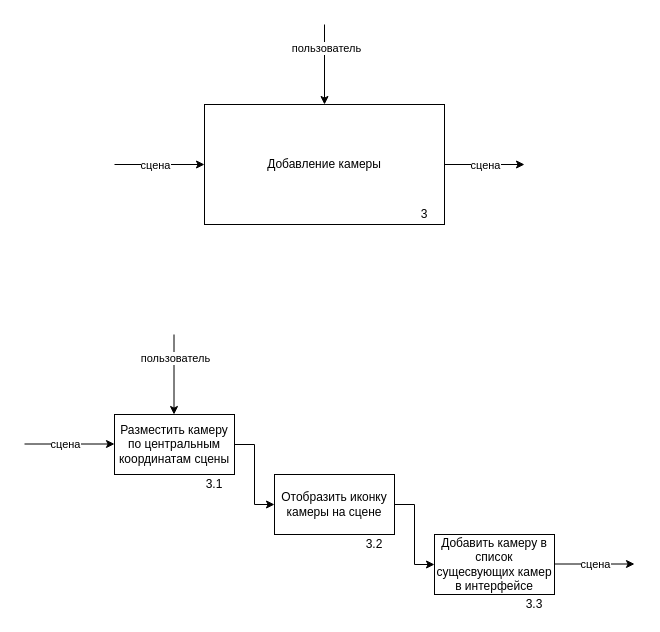
Before: page "3. Добавление камеры" (4 of 9) of idef0/idef0.drawio in c0sx/3d-model-viewer-design, a draw.io diagram. Source tidied: cells renumbered, new cells numbered last; positions are measured from the earlier drawing's top-left corner, leaving out a move shared by most shapes. Both pictures are drawn from the tidied source at 100%, with x=0, y=0 at pixel (24, 24).
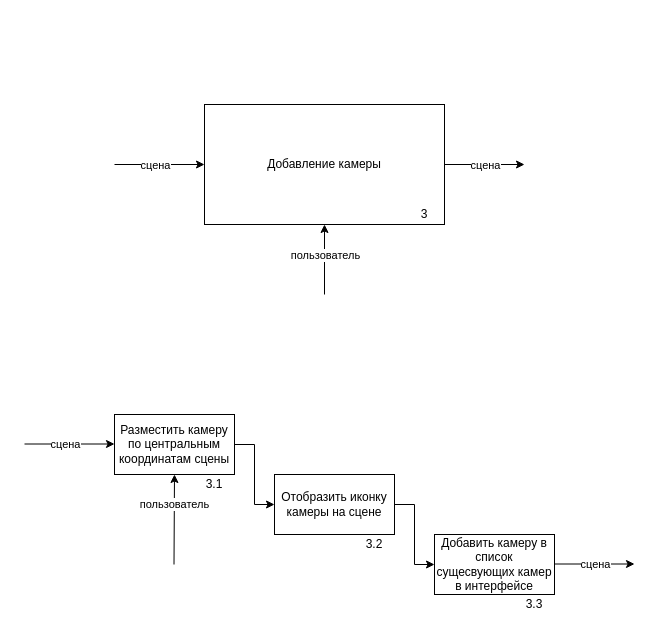
The same diagram, later.

The change refers to these unchanged cells:
```xml
<mxCell id="2" value="Добавление камеры" style="rounded=0;whiteSpace=wrap;html=1;" parent="1" vertex="1">
  <mxGeometry x="180" y="80" width="240" height="120" as="geometry" />
</mxCell>
<mxCell id="9" value="Разместить камеру&lt;br&gt;по центральным координатам сцены" style="rounded=0;whiteSpace=wrap;html=1;" parent="1" vertex="1">
  <mxGeometry x="90" y="390" width="120" height="60" as="geometry" />
</mxCell>
```

The edit, as a diff of the source:
```diff
@@
-    <mxCell id="3" style="endArrow=classic;html=1;entryX=0.5;entryY=0;entryDx=0;entryDy=0;" parent="1" edge="1" target="2">
+    <mxCell id="3" style="endArrow=classic;html=1;" parent="1" edge="1">
       <mxGeometry relative="1" as="geometry">
-        <mxPoint x="300" as="sourcePoint" />
+        <mxPoint x="300" y="270" as="sourcePoint" />
+        <mxPoint x="300" y="200" as="targetPoint" />
       </mxGeometry>
     </mxCell>
     <mxCell id="4" value="пользователь" style="edgeLabel;html=1;align=center;verticalAlign=middle;" parent="3" vertex="1">
-      <mxGeometry x="-0.42" y="1" relative="1" as="geometry" />
+      <mxGeometry x="-0.42" y="1" relative="1" as="geometry">
+        <mxPoint x="1" y="-20" as="offset" />
+      </mxGeometry>
     </mxCell>
@@
-    <mxCell id="18" style="endArrow=classic;html=1;entryX=0.5;entryY=0;entryDx=0;entryDy=0;" parent="1" edge="1">
+    <mxCell id="18" style="endArrow=classic;html=1;entryX=0.5;entryY=1;entryDx=0;entryDy=0;" parent="1" edge="1" target="9">
       <mxGeometry relative="1" as="geometry">
-        <mxPoint x="149.5" y="310" as="sourcePoint" />
-        <mxPoint x="149.5" y="390" as="targetPoint" />
+        <mxPoint x="149.5" y="540" as="sourcePoint" />
       </mxGeometry>
     </mxCell>
     <mxCell id="19" value="пользователь" style="edgeLabel;html=1;align=center;verticalAlign=middle;" parent="18" vertex="1">
-      <mxGeometry x="-0.42" y="1" relative="1" as="geometry" />
+      <mxGeometry x="-0.42" y="1" relative="1" as="geometry">
+        <mxPoint x="1" y="-34" as="offset" />
+      </mxGeometry>
     </mxCell>
```
